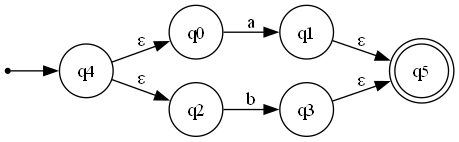
The Graphviz diagram afn_2.png in Artli22/Laboratorio4_Teoria, before a commit. Its source is kept beside it as afn_2.dot. The source it was exported from:
```dot
digraph AFN {
    rankdir=LR;

    node [shape=circle];

    inicio [shape=point];
    inicio -> q4;

    q5 [shape=doublecircle];

    q0 -> q1 [label="a"];
    q2 -> q3 [label="b"];
    q4 -> q0 [label="ε"];
    q4 -> q2 [label="ε"];
    q1 -> q5 [label="ε"];
    q3 -> q5 [label="ε"];
}
```
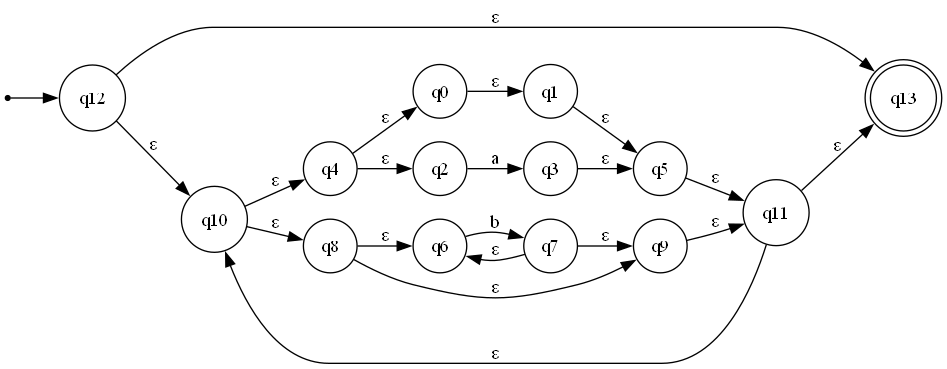
The same diagram one commit later.

Diff of the diagram source:
```diff
@@ -4,14 +4,27 @@
     node [shape=circle];
 
     inicio [shape=point];
-    inicio -> q4;
+    inicio -> q12;
 
-    q5 [shape=doublecircle];
+    q13 [shape=doublecircle];
 
-    q0 -> q1 [label="a"];
-    q2 -> q3 [label="b"];
+    q0 -> q1 [label="ε"];
+    q2 -> q3 [label="a"];
     q4 -> q0 [label="ε"];
     q4 -> q2 [label="ε"];
     q1 -> q5 [label="ε"];
     q3 -> q5 [label="ε"];
+    q6 -> q7 [label="b"];
+    q8 -> q6 [label="ε"];
+    q8 -> q9 [label="ε"];
+    q7 -> q6 [label="ε"];
+    q7 -> q9 [label="ε"];
+    q10 -> q4 [label="ε"];
+    q10 -> q8 [label="ε"];
+    q5 -> q11 [label="ε"];
+    q9 -> q11 [label="ε"];
+    q12 -> q10 [label="ε"];
+    q12 -> q13 [label="ε"];
+    q11 -> q10 [label="ε"];
+    q11 -> q13 [label="ε"];
 }
```
